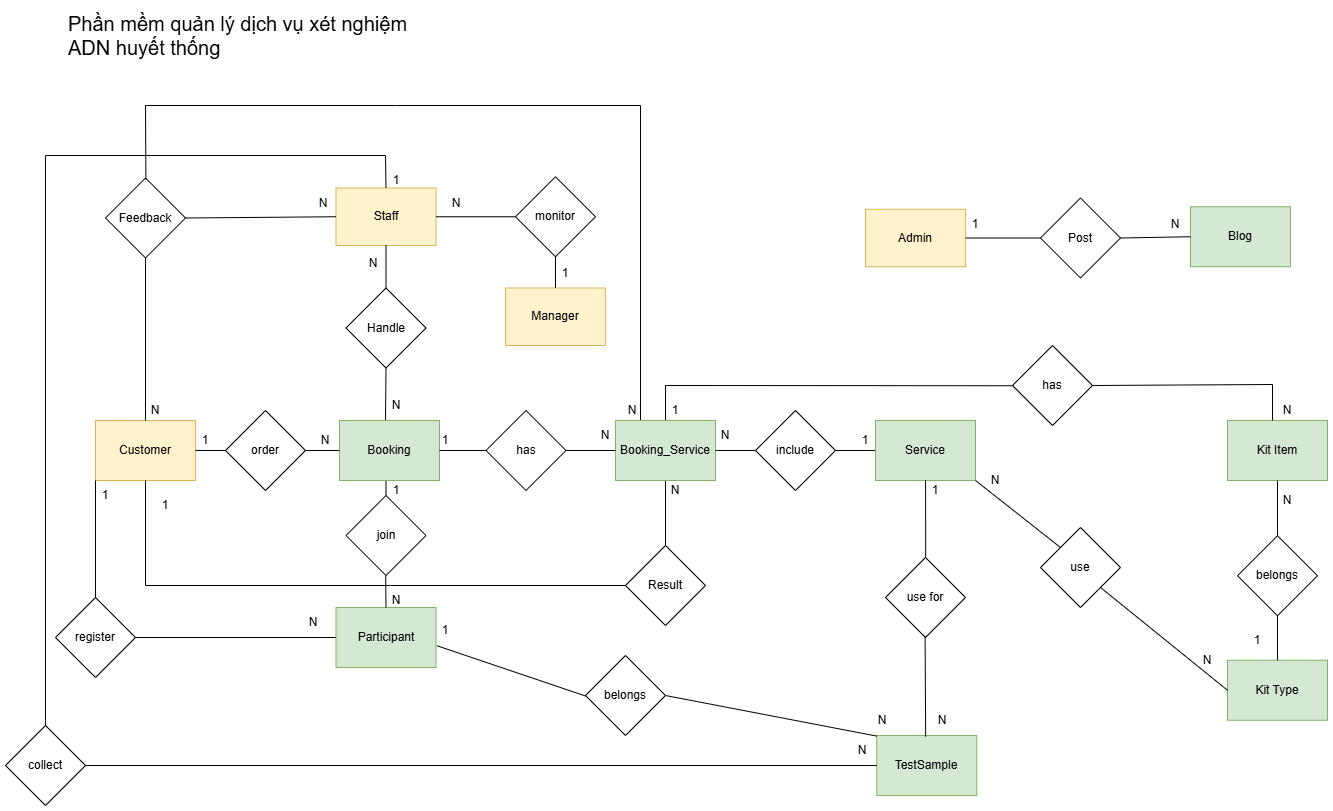
The draw.io diagram SWP.drawio.png in HuyDev123/SWP391_Team-5, before a commit. Source tidied: cells renumbered, new cells last; positions are measured from the earlier drawing's top-left corner, leaving out a move shared by most shapes.
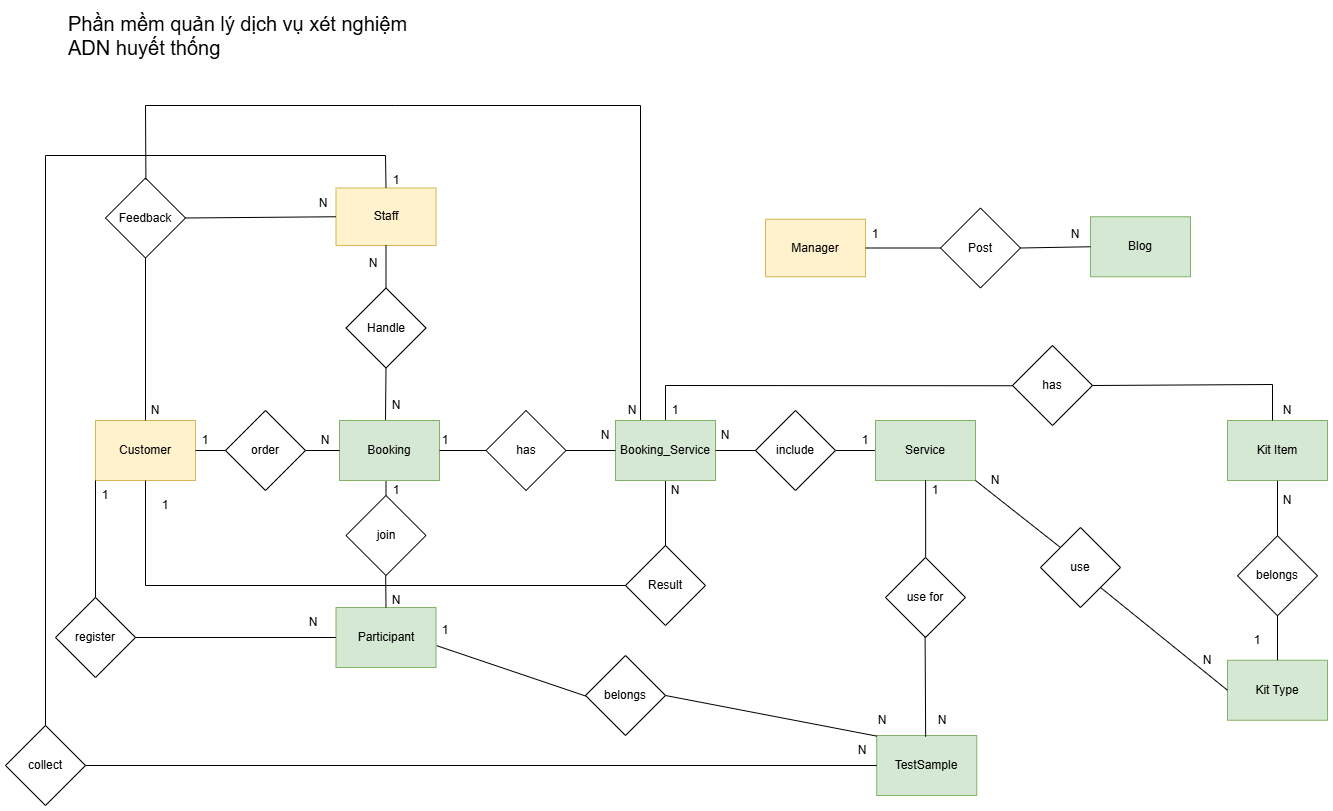
Later version of the same file.

The edit, as a diff of the source:
```diff
@@ -126,17 +126,14 @@
     <mxCell id="40" style="endArrow=none;html=1;rounded=0;exitX=0;exitY=0.506;exitDx=0;exitDy=0;entryX=1.007;entryY=0.636;entryDx=0;entryDy=0;exitPerimeter=0;entryPerimeter=0;" parent="1" edge="1" source="22" target="37">
       <mxGeometry relative="1" as="geometry" />
     </mxCell>
-    <mxCell id="41" value="Manager" style="rounded=0;whiteSpace=wrap;html=1;fillColor=#fff2cc;strokeColor=#d6b656;" parent="1" vertex="1">
-      <mxGeometry x="500" y="282.5" width="100" height="57.5" as="geometry" />
-    </mxCell>
-    <mxCell id="42" value="Admin" style="rounded=0;whiteSpace=wrap;html=1;fillColor=#fff2cc;strokeColor=#d6b656;" parent="1" vertex="1">
-      <mxGeometry x="860" y="203.8" width="100" height="57.5" as="geometry" />
+    <mxCell id="42" value="Manager" style="rounded=0;whiteSpace=wrap;html=1;fillColor=#fff2cc;strokeColor=#d6b656;" parent="1" vertex="1">
+      <mxGeometry x="760" y="213.8" width="100" height="57.5" as="geometry" />
     </mxCell>
     <mxCell id="43" value="Blog" style="rounded=0;whiteSpace=wrap;html=1;fillColor=#d5e8d4;strokeColor=#82b366;" parent="1" vertex="1">
-      <mxGeometry x="1185" y="201.2" width="100" height="60" as="geometry" />
+      <mxGeometry x="1085" y="211.2" width="100" height="60" as="geometry" />
     </mxCell>
     <mxCell id="44" value="Post" style="rhombus;whiteSpace=wrap;html=1;" parent="1" vertex="1">
-      <mxGeometry x="1035" y="192.5" width="80" height="80" as="geometry" />
+      <mxGeometry x="935" y="202.5" width="80" height="80" as="geometry" />
     </mxCell>
     <mxCell id="45" style="endArrow=none;html=1;rounded=0;entryX=1;entryY=0.5;entryDx=0;entryDy=0;exitX=0;exitY=0.5;exitDx=0;exitDy=0;" parent="1" edge="1" source="44" target="42">
       <mxGeometry relative="1" as="geometry" />
@@ -145,10 +142,10 @@
       <mxGeometry relative="1" as="geometry" />
     </mxCell>
     <mxCell id="47" value="1" style="text;html=1;align=center;verticalAlign=middle;whiteSpace=wrap;rounded=0;" parent="1" vertex="1">
-      <mxGeometry x="940" y="203.8" width="60" height="30" as="geometry" />
+      <mxGeometry x="840" y="213.8" width="60" height="30" as="geometry" />
     </mxCell>
     <mxCell id="48" value="N" style="text;html=1;align=center;verticalAlign=middle;whiteSpace=wrap;rounded=0;" parent="1" vertex="1">
-      <mxGeometry x="1140" y="203.8" width="60" height="30" as="geometry" />
+      <mxGeometry x="1040" y="213.8" width="60" height="30" as="geometry" />
     </mxCell>
     <mxCell id="49" value="N" style="text;html=1;align=center;verticalAlign=middle;whiteSpace=wrap;rounded=0;" parent="1" vertex="1">
       <mxGeometry x="847" y="700" width="60" height="30" as="geometry" />
@@ -172,21 +169,6 @@
     <mxCell id="54" value="1" style="text;html=1;align=center;verticalAlign=middle;whiteSpace=wrap;rounded=0;" parent="1" vertex="1">
       <mxGeometry x="130" y="485" width="60" height="30" as="geometry" />
     </mxCell>
-    <mxCell id="55" style="endArrow=none;html=1;rounded=0;entryX=1;entryY=0.5;entryDx=0;entryDy=0;exitX=0;exitY=0.5;exitDx=0;exitDy=0;" parent="1" edge="1" source="56" target="3">
-      <mxGeometry relative="1" as="geometry" />
-    </mxCell>
-    <mxCell id="56" value="monitor" style="rhombus;whiteSpace=wrap;html=1;" parent="1" vertex="1">
-      <mxGeometry x="510" y="171.2" width="80" height="80" as="geometry" />
-    </mxCell>
-    <mxCell id="57" style="endArrow=none;html=1;rounded=0;entryX=0.5;entryY=1;entryDx=0;entryDy=0;exitX=0.5;exitY=0;exitDx=0;exitDy=0;" parent="1" edge="1" source="41" target="56">
-      <mxGeometry relative="1" as="geometry" />
-    </mxCell>
-    <mxCell id="58" value="N" style="text;html=1;align=center;verticalAlign=middle;whiteSpace=wrap;rounded=0;" parent="1" vertex="1">
-      <mxGeometry x="420.5" y="182.5" width="60" height="30" as="geometry" />
-    </mxCell>
-    <mxCell id="59" value="1" style="text;html=1;align=center;verticalAlign=middle;whiteSpace=wrap;rounded=0;" parent="1" vertex="1">
-      <mxGeometry x="530" y="252.5" width="60" height="30" as="geometry" />
-    </mxCell>
     <mxCell id="60" value="collect" style="rhombus;whiteSpace=wrap;html=1;" parent="1" vertex="1">
       <mxGeometry y="720" width="80" height="80" as="geometry" />
     </mxCell>
```
